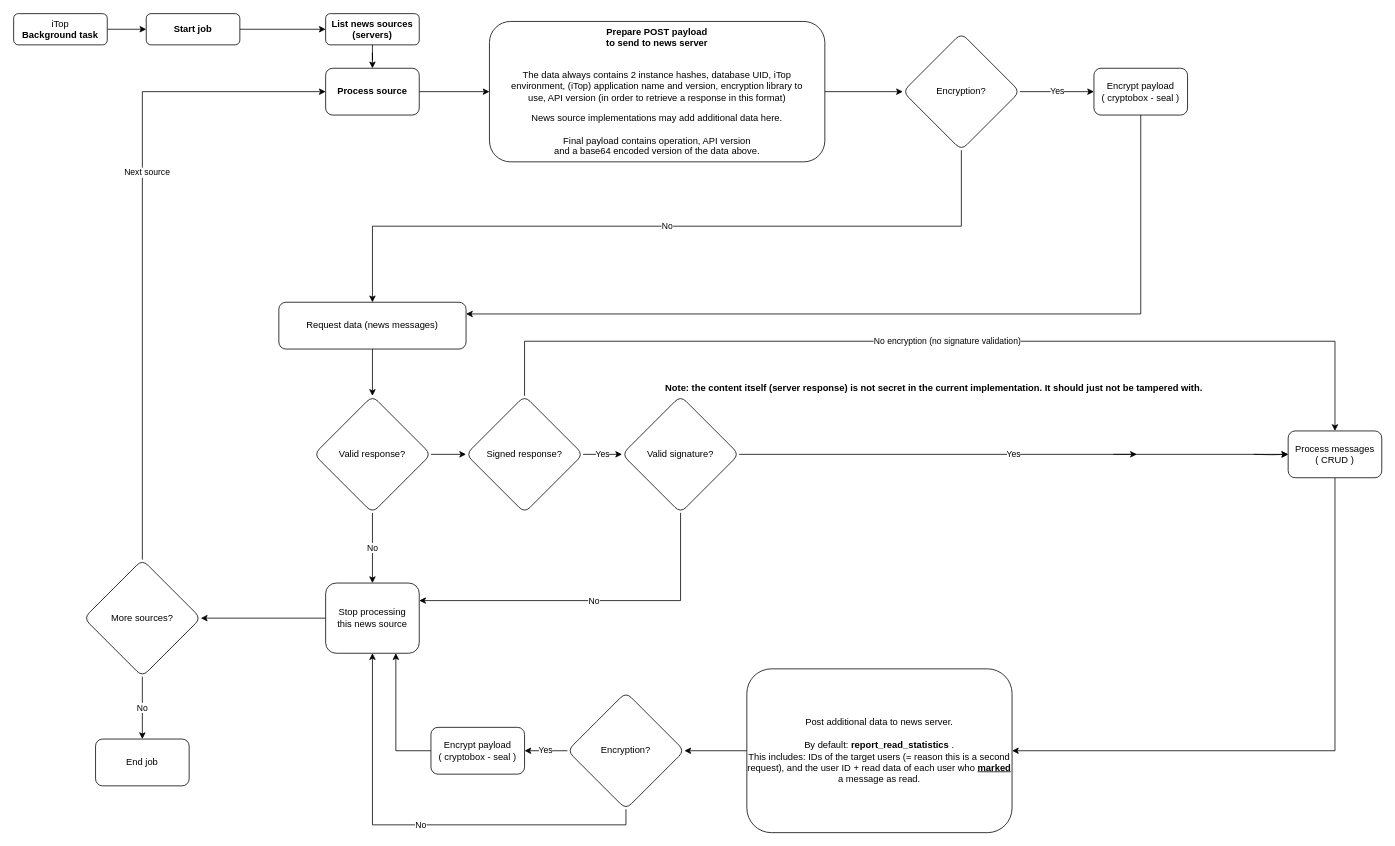
jbostoen/itop-jb-news keeps this draw.io diagram as page "Cron job" (2 of 3) of documentation/Diagram - background process.drawio. Above is the earlier version. Source tidied: cells renumbered, new cells numbered last; positions are measured from the earlier drawing's top-left corner, leaving out a move shared by most shapes. Both pictures are drawn from the tidied source at 78%, with x=0, y=0 at pixel (13, 13).
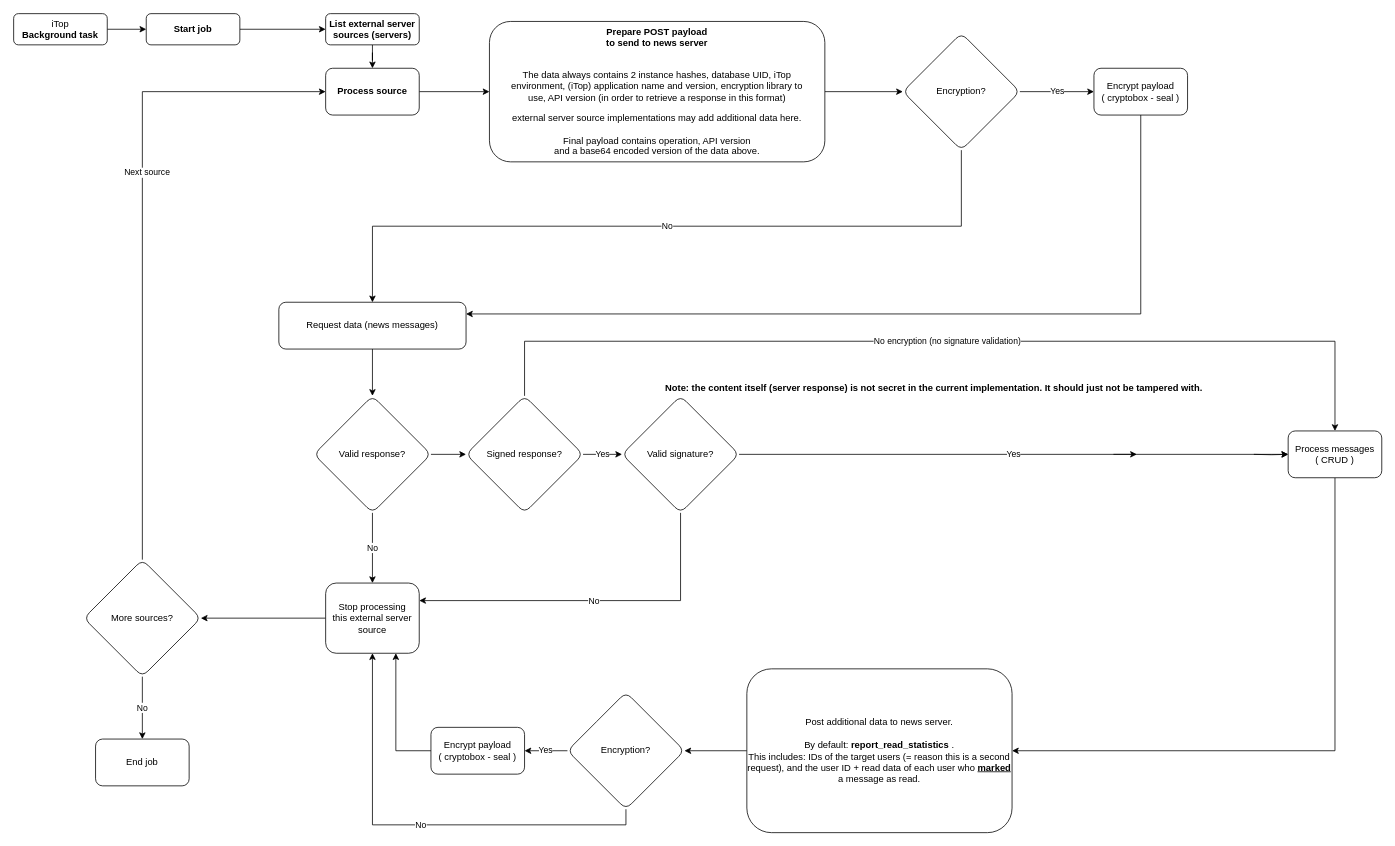
The same diagram, later.

Change to the diagram source:
```diff
@@
-    <mxCell id="7" value="List news sources (servers)" style="rounded=1;whiteSpace=wrap;html=1;fontSize=12;glass=0;strokeWidth=1;shadow=0;fontStyle=1;" parent="1" vertex="1">
+    <mxCell id="7" value="List external server sources (servers)" style="rounded=1;whiteSpace=wrap;html=1;fontSize=12;glass=0;strokeWidth=1;shadow=0;fontStyle=1;" parent="1" vertex="1">
       <mxGeometry x="400" width="120" height="40" as="geometry" />
     </mxCell>
@@
-    <mxCell id="9" value="&lt;b&gt;Prepare POST payload &lt;br&gt;to send to news server&lt;/b&gt;&lt;br&gt;&lt;br&gt;&lt;p align=&quot;center&quot;&gt;The data always contains 2 instance hashes, database UID, iTop &lt;br&gt;environment, (iTop) application name and version, encryption library to &lt;br&gt;use, API version (in order to retrieve a response in this format)&lt;br&gt;&lt;/p&gt;&lt;div align=&quot;center&quot;&gt;News source implementations may add additional data here.&lt;br&gt;&lt;br&gt;Final payload contains operation, API version &lt;br&gt;and a base64 encoded version of the data above.&lt;br&gt;&lt;/div&gt;" style="rounded=1;whiteSpace=wrap;html=1;fontSize=12;glass=0;strokeWidth=1;shadow=0;" parent="1" vertex="1">
+    <mxCell id="9" value="&lt;b&gt;Prepare POST payload &lt;br&gt;to send to news server&lt;/b&gt;&lt;br&gt;&lt;br&gt;&lt;p align=&quot;center&quot;&gt;The data always contains 2 instance hashes, database UID, iTop &lt;br&gt;environment, (iTop) application name and version, encryption library to &lt;br&gt;use, API version (in order to retrieve a response in this format)&lt;br&gt;&lt;/p&gt;&lt;div align=&quot;center&quot;&gt;external server source implementations may add additional data here.&lt;br&gt;&lt;br&gt;Final payload contains operation, API version &lt;br&gt;and a base64 encoded version of the data above.&lt;br&gt;&lt;/div&gt;" style="rounded=1;whiteSpace=wrap;html=1;fontSize=12;glass=0;strokeWidth=1;shadow=0;" parent="1" vertex="1">
       <mxGeometry x="610" y="10" width="430" height="180" as="geometry" />
     </mxCell>
@@
-    <mxCell id="16" value="Stop processing&lt;br&gt;this news source" style="whiteSpace=wrap;html=1;rounded=1;glass=0;strokeWidth=1;shadow=0;" parent="1" vertex="1">
+    <mxCell id="16" value="Stop processing&lt;br&gt;this external server source" style="whiteSpace=wrap;html=1;rounded=1;glass=0;strokeWidth=1;shadow=0;" parent="1" vertex="1">
       <mxGeometry x="400" y="730" width="120" height="90" as="geometry" />
     </mxCell>
```
